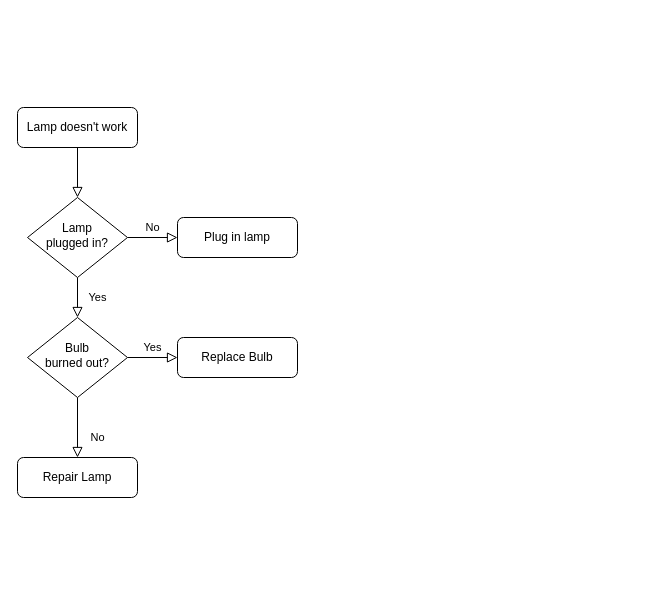
Earlier version of the draw.io diagram Untitled Diagram.drawio (fiqrian/Belajar_PHP). Source tidied: cells renumbered, new cells numbered last; positions are measured from the earlier drawing's top-left corner, leaving out a move shared by most shapes. Both pictures are drawn from the tidied source at 100%, with x=0, y=0 at pixel (17, 107).
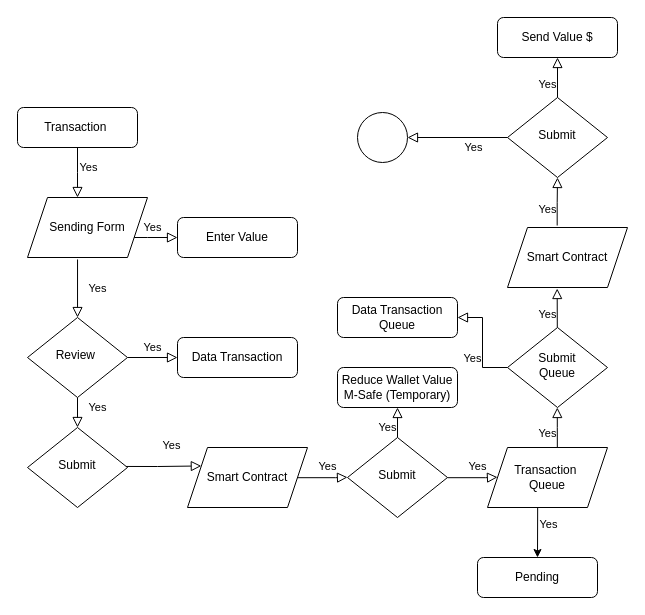
Above is the later version.

Change to the diagram source:
```diff
@@
-    <mxCell id="2" style="rounded=0;html=1;jettySize=auto;fontSize=11;endArrow=block;endFill=0;endSize=8;strokeWidth=1;shadow=0;labelBackgroundColor=none;edgeStyle=orthogonalEdgeStyle;" parent="1" edge="1" source="3" target="6">
-      <mxGeometry relative="1" as="geometry" />
+    <mxCell id="2" style="rounded=0;html=1;jettySize=auto;fontSize=11;endArrow=block;endFill=0;endSize=8;strokeWidth=1;shadow=0;labelBackgroundColor=none;edgeStyle=orthogonalEdgeStyle;" parent="1" edge="1" source="3">
+      <mxGeometry relative="1" as="geometry">
+        <mxPoint x="60" y="90" as="targetPoint" />
+      </mxGeometry>
     </mxCell>
+    <mxCell id="13" value="Yes" style="edgeLabel;html=1;align=center;verticalAlign=middle;" parent="2" vertex="1">
+      <mxGeometry x="-0.26" y="1" relative="1" as="geometry">
+        <mxPoint x="9" as="offset" />
+      </mxGeometry>
+    </mxCell>
-    <mxCell id="3" value="Lamp doesn't work" style="rounded=1;whiteSpace=wrap;html=1;fontSize=12;glass=0;strokeWidth=1;shadow=0;" parent="1" vertex="1">
+    <mxCell id="3" value="Transaction&amp;nbsp;" style="rounded=1;whiteSpace=wrap;html=1;fontSize=12;glass=0;strokeWidth=1;shadow=0;" parent="1" vertex="1">
       <mxGeometry width="120" height="40" as="geometry" />
     </mxCell>
-    <mxCell id="4" value="Yes" style="rounded=0;html=1;jettySize=auto;fontSize=11;endArrow=block;endFill=0;endSize=8;strokeWidth=1;shadow=0;labelBackgroundColor=none;edgeStyle=orthogonalEdgeStyle;" parent="1" edge="1" source="6" target="10">
+    <mxCell id="4" value="Yes" style="rounded=0;html=1;jettySize=auto;fontSize=11;endArrow=block;endFill=0;endSize=8;strokeWidth=1;shadow=0;labelBackgroundColor=none;edgeStyle=orthogonalEdgeStyle;exitX=0.417;exitY=1.033;exitDx=0;exitDy=0;exitPerimeter=0;" parent="1" edge="1" source="14" target="10">
       <mxGeometry y="20" relative="1" as="geometry" />
     </mxCell>
-    <mxCell id="5" value="No" style="edgeStyle=orthogonalEdgeStyle;rounded=0;html=1;jettySize=auto;fontSize=11;endArrow=block;endFill=0;endSize=8;strokeWidth=1;shadow=0;labelBackgroundColor=none;" parent="1" edge="1" source="6" target="7">
-      <mxGeometry y="10" relative="1" as="geometry" />
+    <mxCell id="5" value="Yes" style="edgeStyle=orthogonalEdgeStyle;rounded=0;html=1;jettySize=auto;fontSize=11;endArrow=block;endFill=0;endSize=8;strokeWidth=1;shadow=0;labelBackgroundColor=none;" parent="1" edge="1" target="7">
+      <mxGeometry y="10" relative="1" as="geometry">
+        <mxPoint x="110" y="130" as="sourcePoint" />
+        <Array as="points">
+          <mxPoint x="130" y="130" />
+          <mxPoint x="130" y="130" />
+        </Array>
+      </mxGeometry>
     </mxCell>
-    <mxCell id="6" value="Lamp&lt;br&gt;plugged in?" style="rhombus;whiteSpace=wrap;html=1;shadow=0;fontFamily=Helvetica;fontSize=12;align=center;strokeWidth=1;spacing=6;spacingTop=-4;" parent="1" vertex="1">
-      <mxGeometry x="10" y="90" width="100" height="80" as="geometry" />
-    </mxCell>
-    <mxCell id="7" value="Plug in lamp" style="rounded=1;whiteSpace=wrap;html=1;fontSize=12;glass=0;strokeWidth=1;shadow=0;" parent="1" vertex="1">
+    <mxCell id="7" value="Enter Value" style="rounded=1;whiteSpace=wrap;html=1;fontSize=12;glass=0;strokeWidth=1;shadow=0;" parent="1" vertex="1">
       <mxGeometry x="160" y="110" width="120" height="40" as="geometry" />
     </mxCell>
-    <mxCell id="8" value="No" style="rounded=0;html=1;jettySize=auto;fontSize=11;endArrow=block;endFill=0;endSize=8;strokeWidth=1;shadow=0;labelBackgroundColor=none;edgeStyle=orthogonalEdgeStyle;" parent="1" edge="1" source="10" target="11">
-      <mxGeometry x="0.33" y="20" relative="1" as="geometry" />
+    <mxCell id="8" value="Yes" style="rounded=0;html=1;jettySize=auto;fontSize=11;endArrow=block;endFill=0;endSize=8;strokeWidth=1;shadow=0;labelBackgroundColor=none;edgeStyle=orthogonalEdgeStyle;" parent="1" edge="1" source="10" target="15">
+      <mxGeometry x="0.2" y="20" relative="1" as="geometry" />
     </mxCell>
@@
-    <mxCell id="10" value="Bulb&lt;br&gt;burned out?" style="rhombus;whiteSpace=wrap;html=1;shadow=0;fontFamily=Helvetica;fontSize=12;align=center;strokeWidth=1;spacing=6;spacingTop=-4;" parent="1" vertex="1">
+    <mxCell id="10" value="Review&amp;nbsp;" style="rhombus;whiteSpace=wrap;html=1;shadow=0;fontFamily=Helvetica;fontSize=12;align=center;strokeWidth=1;spacing=6;spacingTop=-4;" parent="1" vertex="1">
       <mxGeometry x="10" y="210" width="100" height="80" as="geometry" />
     </mxCell>
-    <mxCell id="11" value="Repair Lamp" style="rounded=1;whiteSpace=wrap;html=1;fontSize=12;glass=0;strokeWidth=1;shadow=0;" parent="1" vertex="1">
-      <mxGeometry y="350" width="120" height="40" as="geometry" />
-    </mxCell>
-    <mxCell id="12" value="Replace Bulb" style="rounded=1;whiteSpace=wrap;html=1;fontSize=12;glass=0;strokeWidth=1;shadow=0;" parent="1" vertex="1">
+    <mxCell id="12" value="Data Transaction" style="rounded=1;whiteSpace=wrap;html=1;fontSize=12;glass=0;strokeWidth=1;shadow=0;" parent="1" vertex="1">
       <mxGeometry x="160" y="230" width="120" height="40" as="geometry" />
     </mxCell>
+    <mxCell id="14" value="Sending Form" style="shape=parallelogram;perimeter=parallelogramPerimeter;whiteSpace=wrap;html=1;fixedSize=1;" parent="1" vertex="1">
+      <mxGeometry x="10" y="90" width="120" height="60" as="geometry" />
+    </mxCell>
+    <mxCell id="15" value="Submit" style="rhombus;whiteSpace=wrap;html=1;shadow=0;fontFamily=Helvetica;fontSize=12;align=center;strokeWidth=1;spacing=6;spacingTop=-4;" parent="1" vertex="1">
+      <mxGeometry x="10" y="320" width="100" height="80" as="geometry" />
+    </mxCell>
+    <mxCell id="16" value="Smart Contract" style="shape=parallelogram;perimeter=parallelogramPerimeter;whiteSpace=wrap;html=1;fixedSize=1;" parent="1" vertex="1">
+      <mxGeometry x="170" y="340" width="120" height="60" as="geometry" />
+    </mxCell>
+    <mxCell id="17" value="Yes" style="rounded=0;html=1;jettySize=auto;fontSize=11;endArrow=block;endFill=0;endSize=8;strokeWidth=1;shadow=0;labelBackgroundColor=none;edgeStyle=orthogonalEdgeStyle;exitX=0.984;exitY=0.487;exitDx=0;exitDy=0;exitPerimeter=0;entryX=0;entryY=0.25;entryDx=0;entryDy=0;" parent="1" edge="1" source="15" target="16">
+      <mxGeometry x="0.2" y="20" relative="1" as="geometry" />
+    </mxCell>
+    <mxCell id="18" value="Submit" style="rhombus;whiteSpace=wrap;html=1;shadow=0;fontFamily=Helvetica;fontSize=12;align=center;strokeWidth=1;spacing=6;spacingTop=-4;" parent="1" vertex="1">
+      <mxGeometry x="330" y="330" width="100" height="80" as="geometry" />
+    </mxCell>
+    <mxCell id="19" value="Reduce Wallet Value&lt;br&gt;M-Safe (Temporary)" style="rounded=1;whiteSpace=wrap;html=1;fontSize=12;glass=0;strokeWidth=1;shadow=0;" parent="1" vertex="1">
+      <mxGeometry x="320" y="260" width="120" height="40" as="geometry" />
+    </mxCell>
+    <mxCell id="20" value="Yes" style="rounded=0;html=1;jettySize=auto;orthogonalLoop=1;fontSize=11;endArrow=block;endFill=0;endSize=8;strokeWidth=1;shadow=0;labelBackgroundColor=none;edgeStyle=orthogonalEdgeStyle;exitX=0.984;exitY=0.487;exitDx=0;exitDy=0;exitPerimeter=0;" parent="1" edge="1">
+      <mxGeometry x="0.2" y="11" relative="1" as="geometry">
+        <mxPoint x="280" y="370.2" as="sourcePoint" />
+        <mxPoint x="330" y="369.8" as="targetPoint" />
+        <Array as="points">
+          <mxPoint x="318" y="370.8" />
+          <mxPoint x="355" y="369.8" />
+        </Array>
+      </mxGeometry>
+    </mxCell>
+    <mxCell id="21" value="Yes" style="rounded=0;html=1;jettySize=auto;fontSize=11;endArrow=block;endFill=0;endSize=8;strokeWidth=1;shadow=0;labelBackgroundColor=none;edgeStyle=orthogonalEdgeStyle;exitX=0.5;exitY=0;exitDx=0;exitDy=0;entryX=0.5;entryY=1;entryDx=0;entryDy=0;" parent="1" edge="1" source="18" target="19">
+      <mxGeometry x="-0.33" y="10" relative="1" as="geometry" />
+    </mxCell>
+    <mxCell id="22" value="Transaction&amp;nbsp;&lt;br&gt;Queue" style="shape=parallelogram;perimeter=parallelogramPerimeter;whiteSpace=wrap;html=1;fixedSize=1;" parent="1" vertex="1">
+      <mxGeometry x="470" y="340" width="120" height="60" as="geometry" />
+    </mxCell>
+    <mxCell id="23" value="Pending" style="rounded=1;whiteSpace=wrap;html=1;fontSize=12;glass=0;strokeWidth=1;shadow=0;" parent="1" vertex="1">
+      <mxGeometry x="460" y="450" width="120" height="40" as="geometry" />
+    </mxCell>
+    <mxCell id="24" style="endArrow=classic;html=1;rounded=0;exitX=0.418;exitY=0.998;exitDx=0;exitDy=0;exitPerimeter=0;" parent="1" edge="1" source="22">
+      <mxGeometry relative="1" as="geometry">
+        <mxPoint x="520" y="450" as="targetPoint" />
+      </mxGeometry>
+    </mxCell>
+    <mxCell id="25" value="Yes" style="edgeLabel;html=1;align=center;verticalAlign=middle;" parent="24" vertex="1">
+      <mxGeometry x="-0.33" y="-1" relative="1" as="geometry">
+        <mxPoint x="11" as="offset" />
+      </mxGeometry>
+    </mxCell>
+    <mxCell id="26" value="Submit&lt;br&gt;Queue" style="rhombus;whiteSpace=wrap;html=1;shadow=0;fontFamily=Helvetica;fontSize=12;align=center;strokeWidth=1;spacing=6;spacingTop=-4;" parent="1" vertex="1">
+      <mxGeometry x="490" y="220" width="100" height="80" as="geometry" />
+    </mxCell>
+    <mxCell id="27" value="Smart Contract" style="shape=parallelogram;perimeter=parallelogramPerimeter;whiteSpace=wrap;html=1;fixedSize=1;" parent="1" vertex="1">
+      <mxGeometry x="490" y="120" width="120" height="60" as="geometry" />
+    </mxCell>
+    <mxCell id="28" value="Submit" style="rhombus;whiteSpace=wrap;html=1;shadow=0;fontFamily=Helvetica;fontSize=12;align=center;strokeWidth=1;spacing=6;spacingTop=-4;" parent="1" vertex="1">
+      <mxGeometry x="490" y="-10" width="100" height="80" as="geometry" />
+    </mxCell>
+    <mxCell id="29" value="&lt;span style=&quot;color: rgba(0, 0, 0, 0); font-family: monospace; font-size: 0px; text-align: start;&quot;&gt;dsdd&lt;/span&gt;" style="ellipse;whiteSpace=wrap;html=1;" parent="1" vertex="1">
+      <mxGeometry x="340" y="5" width="50" height="50" as="geometry" />
+    </mxCell>
+    <mxCell id="30" value="Send Value $" style="rounded=1;whiteSpace=wrap;html=1;fontSize=12;glass=0;strokeWidth=1;shadow=0;" parent="1" vertex="1">
+      <mxGeometry x="480" y="-90" width="120" height="40" as="geometry" />
+    </mxCell>
+    <mxCell id="31" value="Data Transaction Queue" style="rounded=1;whiteSpace=wrap;html=1;fontSize=12;glass=0;strokeWidth=1;shadow=0;" parent="1" vertex="1">
+      <mxGeometry x="320" y="190" width="120" height="40" as="geometry" />
+    </mxCell>
+    <mxCell id="32" value="Yes" style="rounded=0;html=1;jettySize=auto;orthogonalLoop=1;fontSize=11;endArrow=block;endFill=0;endSize=8;strokeWidth=1;shadow=0;labelBackgroundColor=none;edgeStyle=orthogonalEdgeStyle;exitX=0.984;exitY=0.487;exitDx=0;exitDy=0;exitPerimeter=0;" parent="1" edge="1">
+      <mxGeometry x="0.2" y="11" relative="1" as="geometry">
+        <mxPoint x="430" y="370.2" as="sourcePoint" />
+        <mxPoint x="480" y="369.7" as="targetPoint" />
+        <Array as="points">
+          <mxPoint x="468" y="370.7" />
+          <mxPoint x="505" y="369.7" />
+        </Array>
+      </mxGeometry>
+    </mxCell>
+    <mxCell id="33" value="Yes" style="rounded=0;html=1;jettySize=auto;fontSize=11;endArrow=block;endFill=0;endSize=8;strokeWidth=1;shadow=0;labelBackgroundColor=none;edgeStyle=orthogonalEdgeStyle;exitX=0.582;exitY=0;exitDx=0;exitDy=0;entryX=0.5;entryY=1;entryDx=0;entryDy=0;exitPerimeter=0;" parent="1" edge="1" source="22">
+      <mxGeometry x="-0.33" y="10" relative="1" as="geometry">
+        <mxPoint x="539.8" y="300" as="targetPoint" />
+      </mxGeometry>
+    </mxCell>
+    <mxCell id="34" value="Yes" style="rounded=0;html=1;jettySize=auto;fontSize=11;endArrow=block;endFill=0;endSize=8;strokeWidth=1;shadow=0;labelBackgroundColor=none;edgeStyle=orthogonalEdgeStyle;exitX=0.5;exitY=0;exitDx=0;exitDy=0;entryX=0.414;entryY=1.017;entryDx=0;entryDy=0;entryPerimeter=0;" parent="1" edge="1" target="27">
+      <mxGeometry x="-0.33" y="10" relative="1" as="geometry">
+        <mxPoint x="539.8" y="220" as="sourcePoint" />
+      </mxGeometry>
+    </mxCell>
+    <mxCell id="35" value="Yes" style="rounded=0;html=1;jettySize=auto;fontSize=11;endArrow=block;endFill=0;endSize=8;strokeWidth=1;shadow=0;labelBackgroundColor=none;edgeStyle=orthogonalEdgeStyle;exitX=0.414;exitY=-0.033;exitDx=0;exitDy=0;entryX=0.5;entryY=1;entryDx=0;entryDy=0;exitPerimeter=0;" parent="1" edge="1" source="27" target="28">
+      <mxGeometry x="-0.33" y="10" relative="1" as="geometry" />
+    </mxCell>
+    <mxCell id="36" value="Yes" style="rounded=0;html=1;jettySize=auto;fontSize=11;endArrow=block;endFill=0;endSize=8;strokeWidth=1;shadow=0;labelBackgroundColor=none;edgeStyle=orthogonalEdgeStyle;exitX=0.5;exitY=0;exitDx=0;exitDy=0;entryX=0.5;entryY=1;entryDx=0;entryDy=0;" parent="1" edge="1" source="28" target="30">
+      <mxGeometry x="-0.33" y="10" relative="1" as="geometry" />
+    </mxCell>
+    <mxCell id="37" value="Yes" style="rounded=0;html=1;jettySize=auto;fontSize=11;endArrow=block;endFill=0;endSize=8;strokeWidth=1;shadow=0;labelBackgroundColor=none;edgeStyle=orthogonalEdgeStyle;exitX=0;exitY=0.5;exitDx=0;exitDy=0;entryX=1;entryY=0.5;entryDx=0;entryDy=0;" parent="1" edge="1" source="28" target="29">
+      <mxGeometry x="-0.33" y="10" relative="1" as="geometry" />
+    </mxCell>
+    <mxCell id="38" value="Yes" style="rounded=0;html=1;jettySize=auto;fontSize=11;endArrow=block;endFill=0;endSize=8;strokeWidth=1;shadow=0;labelBackgroundColor=none;edgeStyle=orthogonalEdgeStyle;exitX=0;exitY=0.5;exitDx=0;exitDy=0;entryX=1;entryY=0.5;entryDx=0;entryDy=0;" parent="1" edge="1" source="26" target="31">
+      <mxGeometry x="-0.33" y="10" relative="1" as="geometry" />
+    </mxCell>
```
